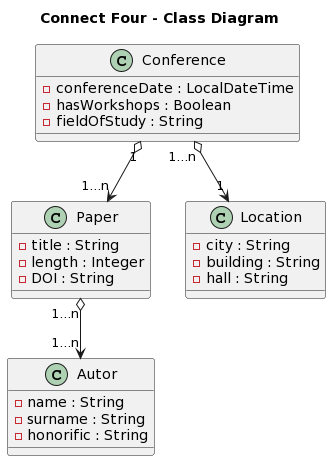
The PlantUML diagram docs/conference.models.png in wzzzzwwzw/apaw-practice, before a commit. The source it was exported from:
```plantuml
@startuml
title Connect Four - Class Diagram

Class Conference {
  - conferenceDate : LocalDateTime
  - hasWorkshops : Boolean
  - fieldOfStudy : String
}

Class Paper {
  - title : String
  - length : Integer
  - DOI : String
}

Class Autor {
  - name : String
  - surname : String
  - honorific : String
}

Class Location {
  - city : String
  - building : String
  - hall : String
}

Conference "1" o--> "1...n" Paper
Paper "1...n" o--> "1...n" Autor
Conference "1...n" o--> "1" Location
@enduml
```
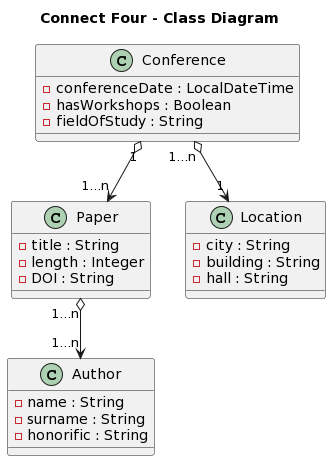
The same diagram one commit later.

Commit message:
Conference model error corrected #450

The edit, as a diff of the source:
```diff
@@ -13,7 +13,7 @@
   - DOI : String
 }
 
-Class Autor {
+Class Author {
   - name : String
   - surname : String
   - honorific : String
@@ -26,6 +26,6 @@
 }
 
 Conference "1" o--> "1...n" Paper
-Paper "1...n" o--> "1...n" Autor
+Paper "1...n" o--> "1...n" Author
 Conference "1...n" o--> "1" Location
 @enduml
```
